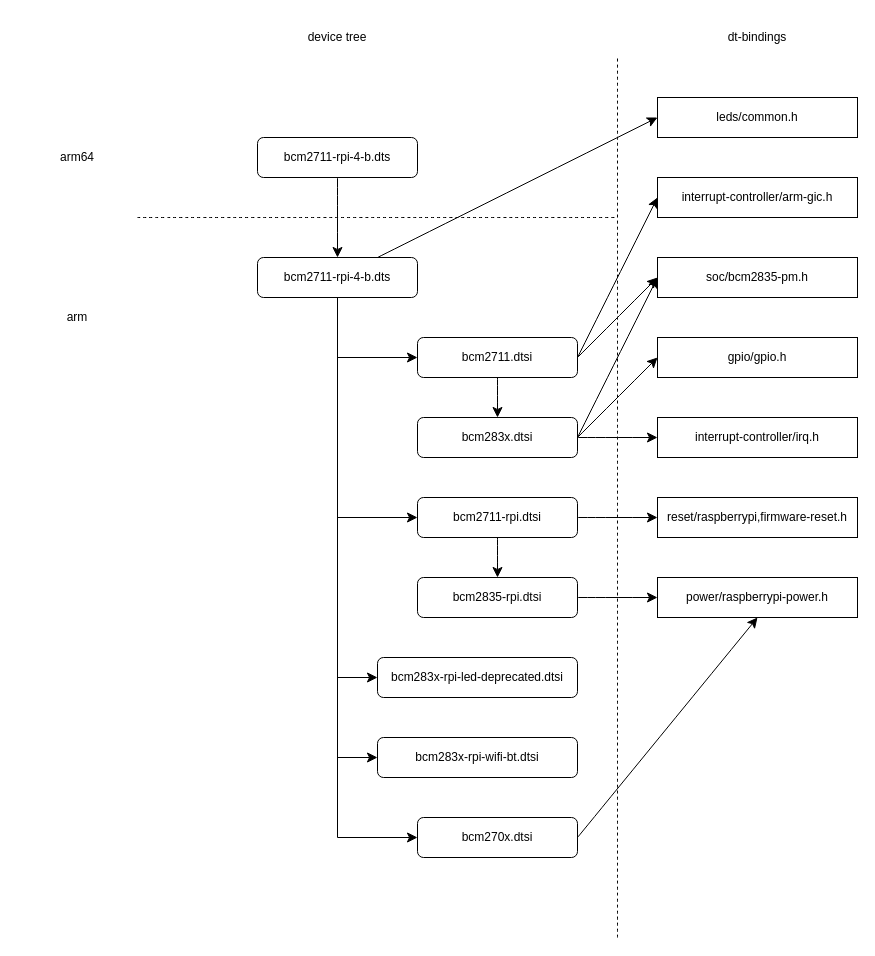
Before: page "페이지-2" (2 of 2) of SystemArchitecture/timer_wheel.drawio in Runixs/Diagram, a draw.io diagram. Source tidied: cells renumbered, new cells numbered last; positions are measured from the earlier drawing's top-left corner, leaving out a move shared by most shapes. Both pictures are drawn from the tidied source at 100%, with x=0, y=0 at pixel (17, 17).
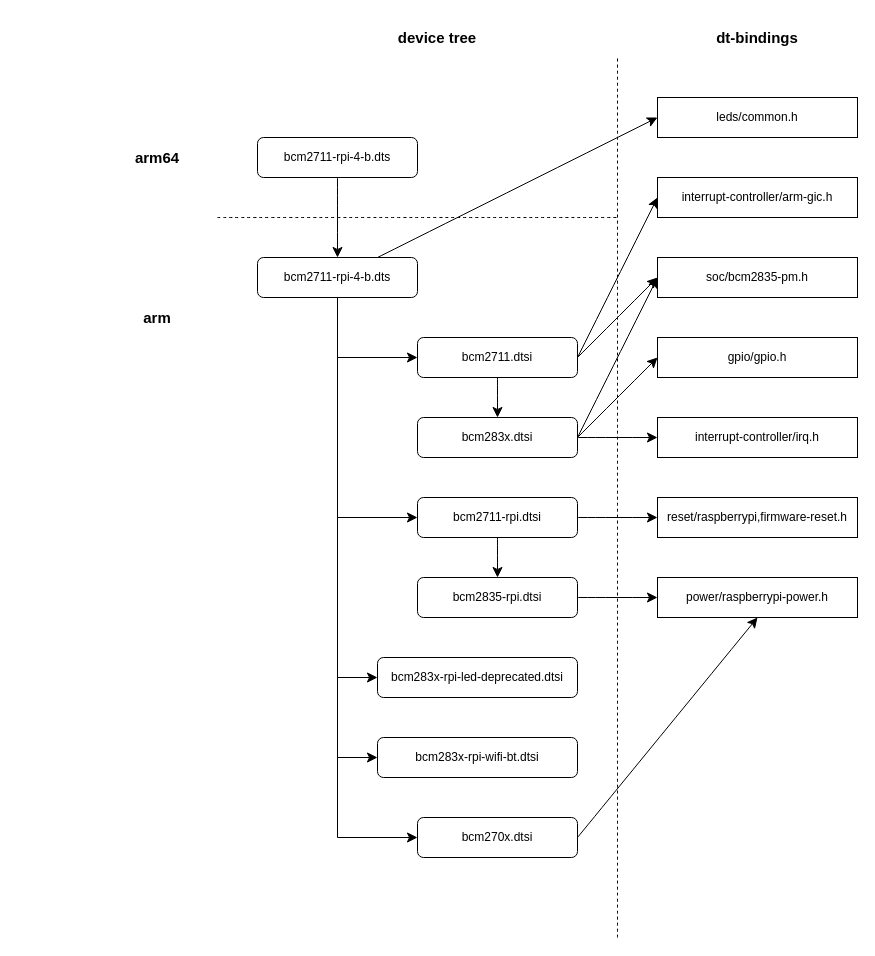
Above is the later version.

Change to the diagram source:
```diff
@@
     <mxCell id="2" style="endArrow=none;dashed=1;html=1;rounded=0;fontSize=12;startSize=8;endSize=8;curved=1;" parent="1" edge="1">
       <mxGeometry relative="1" as="geometry">
-        <mxPoint x="120" y="200" as="sourcePoint" />
+        <mxPoint x="200" y="200" as="sourcePoint" />
         <mxPoint x="600" y="200" as="targetPoint" />
       </mxGeometry>
     </mxCell>
-    <mxCell id="3" value="arm64" style="text;html=1;align=center;verticalAlign=middle;whiteSpace=wrap;rounded=0;" parent="1" vertex="1">
-      <mxGeometry y="120" width="120" height="40" as="geometry" />
+    <mxCell id="3" value="arm64" style="text;html=1;align=center;verticalAlign=middle;whiteSpace=wrap;rounded=0;fontStyle=1;fontSize=15;" parent="1" vertex="1">
+      <mxGeometry x="80" y="120" width="120" height="40" as="geometry" />
     </mxCell>
@@
-    <mxCell id="13" value="dt-bindings" style="text;html=1;align=center;verticalAlign=middle;whiteSpace=wrap;rounded=0;" parent="1" vertex="1">
+    <mxCell id="13" value="dt-bindings" style="text;html=1;align=center;verticalAlign=middle;whiteSpace=wrap;rounded=0;fontStyle=1;fontSize=15;" parent="1" vertex="1">
       <mxGeometry x="680" width="120" height="40" as="geometry" />
     </mxCell>
-    <mxCell id="14" value="arm" style="text;html=1;align=center;verticalAlign=middle;whiteSpace=wrap;rounded=0;" parent="1" vertex="1">
-      <mxGeometry y="280" width="120" height="40" as="geometry" />
+    <mxCell id="14" value="arm" style="text;html=1;align=center;verticalAlign=middle;whiteSpace=wrap;rounded=0;fontStyle=1;fontSize=15;" parent="1" vertex="1">
+      <mxGeometry x="80" y="280" width="120" height="40" as="geometry" />
     </mxCell>
-    <mxCell id="15" value="device tree" style="text;html=1;align=center;verticalAlign=middle;whiteSpace=wrap;rounded=0;" parent="1" vertex="1">
-      <mxGeometry x="260" width="120" height="40" as="geometry" />
+    <mxCell id="15" value="device tree" style="text;html=1;align=center;verticalAlign=middle;whiteSpace=wrap;rounded=0;fontStyle=1;fontSize=15;" parent="1" vertex="1">
+      <mxGeometry x="360" width="120" height="40" as="geometry" />
     </mxCell>
```
